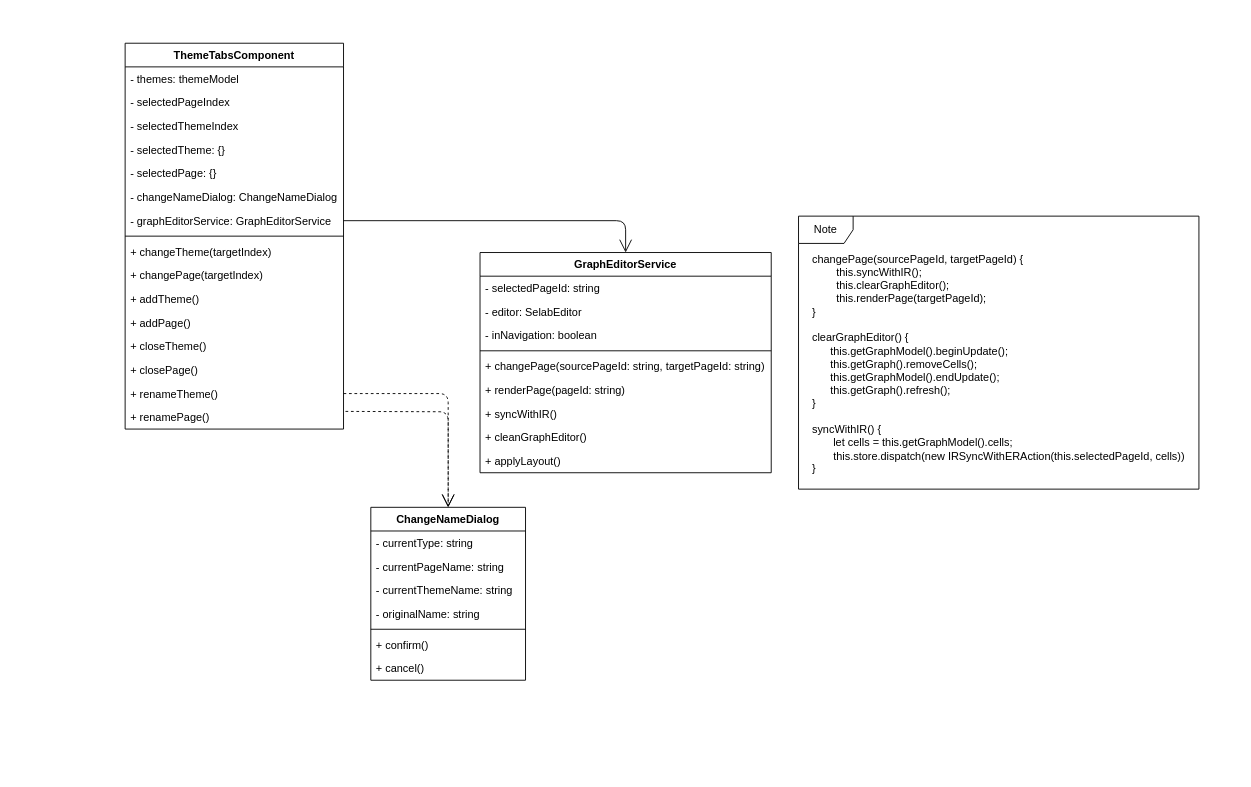
This is multiple-theme.drawio from MingHsuan0313/UI-Design-Client, a draw.io file, before an edit. Source tidied: cells renumbered, new cells numbered last; positions are measured from the earlier drawing's top-left corner, leaving out a move shared by most shapes. Both pictures are drawn from the tidied source at 91%, with x=0, y=0 at pixel (125, 43).
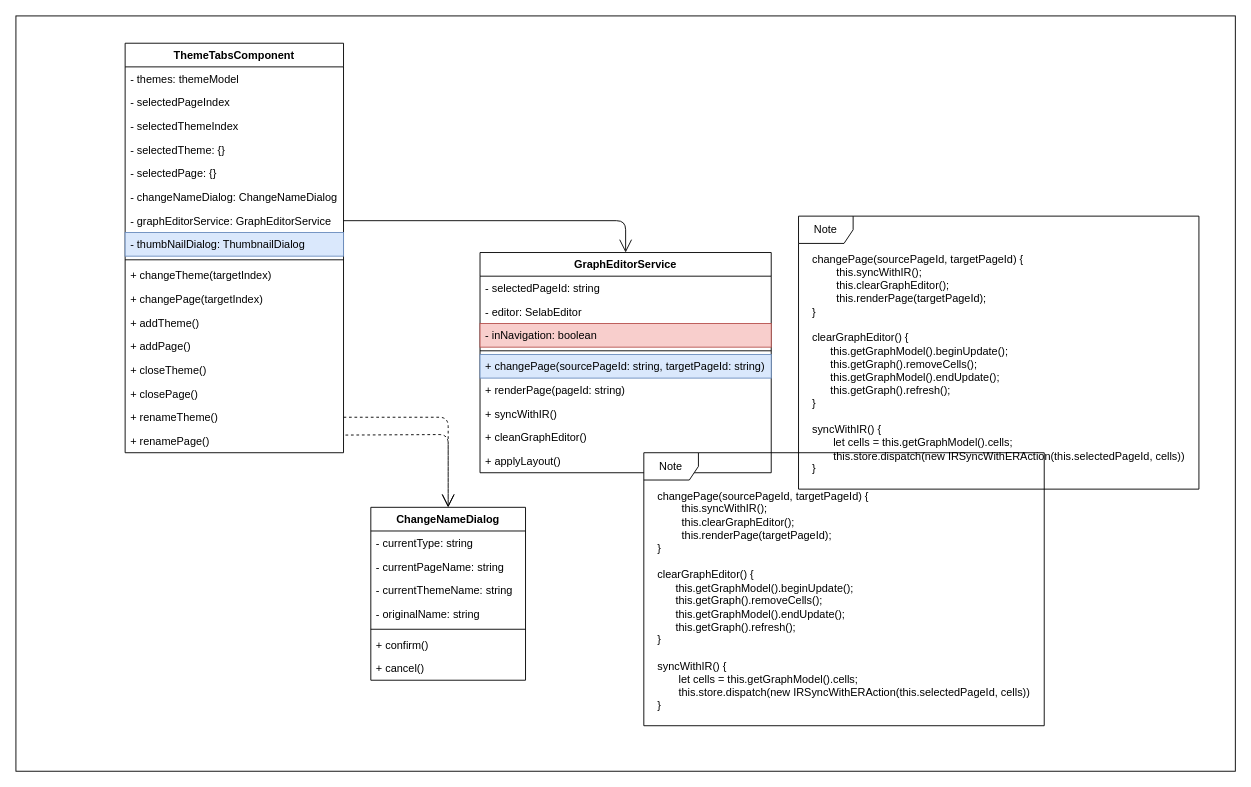
Above is the later version.

Unchanged cells that the change refers to:
```xml
<mxCell id="19" value="ChangeNameDialog" style="swimlane;fontStyle=1;align=center;verticalAlign=top;horizontal=1;startSize=26;" parent="1" vertex="1">
  <mxGeometry x="270" y="510" width="170" height="190" as="geometry" />
</mxCell>
<mxCell id="27" value="GraphEditorService" style="swimlane;fontStyle=1;align=center;verticalAlign=top;horizontal=1;startSize=26;" parent="1" vertex="1">
  <mxGeometry x="390" y="230" width="320" height="242" as="geometry" />
</mxCell>
```

Diff of the diagram source:
```diff
@@
+    <mxCell id="43" style="rounded=0;whiteSpace=wrap;html=1;" parent="1" vertex="1">
+      <mxGeometry x="-120" y="-30" width="1340" height="830" as="geometry" />
+    </mxCell>
     <mxCell id="2" value="ThemeTabsComponent" style="swimlane;fontStyle=1;align=center;verticalAlign=top;horizontal=1;startSize=26;" parent="1" vertex="1">
-      <mxGeometry width="240" height="424" as="geometry" />
+      <mxGeometry width="240" height="450" as="geometry" />
     </mxCell>
@@
+    <mxCell id="44" value="- thumbNailDialog: ThumbnailDialog" style="text;strokeColor=#6c8ebf;fillColor=#dae8fc;align=left;verticalAlign=top;spacingLeft=4;spacingRight=4;overflow=hidden;" parent="2" vertex="1">
+      <mxGeometry y="208" width="240" height="26" as="geometry" />
+    </mxCell>
     <mxCell id="10" style="line;strokeWidth=1;fillColor=none;align=left;verticalAlign=middle;spacingTop=-1;spacingLeft=3;spacingRight=3;labelPosition=right;" parent="2" vertex="1">
-      <mxGeometry y="208" width="240" height="8" as="geometry" />
+      <mxGeometry y="234" width="240" height="8" as="geometry" />
     </mxCell>
-    <mxCell id="11" value="+ changeTheme(targetIndex)" style="text;strokeColor=none;fillColor=none;align=left;verticalAlign=top;spacingLeft=4;spacingRight=4;overflow=hidden;" parent="2" vertex="1">
-      <mxGeometry y="216" width="240" height="26" as="geometry" />
+    <mxCell id="11" value="+ changeTheme(targetIndex)" style="text;align=left;verticalAlign=top;spacingLeft=4;spacingRight=4;overflow=hidden;" parent="2" vertex="1">
+      <mxGeometry y="242" width="240" height="26" as="geometry" />
     </mxCell>
     <mxCell id="12" value="+ changePage(targetIndex)" style="text;strokeColor=none;fillColor=none;align=left;verticalAlign=top;spacingLeft=4;spacingRight=4;overflow=hidden;" parent="2" vertex="1">
-      <mxGeometry y="242" width="240" height="26" as="geometry" />
+      <mxGeometry y="268" width="240" height="26" as="geometry" />
     </mxCell>
     <mxCell id="13" value="+ addTheme()" style="text;strokeColor=none;fillColor=none;align=left;verticalAlign=top;spacingLeft=4;spacingRight=4;overflow=hidden;" parent="2" vertex="1">
-      <mxGeometry y="268" width="240" height="26" as="geometry" />
+      <mxGeometry y="294" width="240" height="26" as="geometry" />
     </mxCell>
     <mxCell id="14" value="+ addPage()" style="text;strokeColor=none;fillColor=none;align=left;verticalAlign=top;spacingLeft=4;spacingRight=4;overflow=hidden;" parent="2" vertex="1">
-      <mxGeometry y="294" width="240" height="26" as="geometry" />
+      <mxGeometry y="320" width="240" height="26" as="geometry" />
     </mxCell>
     <mxCell id="15" value="+ closeTheme()" style="text;strokeColor=none;fillColor=none;align=left;verticalAlign=top;spacingLeft=4;spacingRight=4;overflow=hidden;" parent="2" vertex="1">
-      <mxGeometry y="320" width="240" height="26" as="geometry" />
+      <mxGeometry y="346" width="240" height="26" as="geometry" />
     </mxCell>
     <mxCell id="16" value="+ closePage()" style="text;strokeColor=none;fillColor=none;align=left;verticalAlign=top;spacingLeft=4;spacingRight=4;overflow=hidden;" parent="2" vertex="1">
-      <mxGeometry y="346" width="240" height="26" as="geometry" />
+      <mxGeometry y="372" width="240" height="26" as="geometry" />
     </mxCell>
     <mxCell id="17" value="+ renameTheme()" style="text;strokeColor=none;fillColor=none;align=left;verticalAlign=top;spacingLeft=4;spacingRight=4;overflow=hidden;points=[[0,0.5],[1,0.5]];portConstraint=eastwest;" parent="2" vertex="1">
-      <mxGeometry y="372" width="240" height="26" as="geometry" />
+      <mxGeometry y="398" width="240" height="26" as="geometry" />
     </mxCell>
     <mxCell id="18" value="+ renamePage()" style="text;strokeColor=none;fillColor=none;align=left;verticalAlign=top;spacingLeft=4;spacingRight=4;overflow=hidden;points=[[0,0.5],[1,0.5]];portConstraint=eastwest;" parent="2" vertex="1">
-      <mxGeometry y="398" width="240" height="26" as="geometry" />
+      <mxGeometry y="424" width="240" height="26" as="geometry" />
     </mxCell>
@@
-    <mxCell id="30" value="- inNavigation: boolean" style="text;strokeColor=none;fillColor=none;align=left;verticalAlign=top;spacingLeft=4;spacingRight=4;overflow=hidden;" parent="27" vertex="1">
+    <mxCell id="30" value="- inNavigation: boolean" style="text;strokeColor=#b85450;fillColor=#f8cecc;align=left;verticalAlign=top;spacingLeft=4;spacingRight=4;overflow=hidden;" parent="27" vertex="1">
       <mxGeometry y="78" width="320" height="26" as="geometry" />
     </mxCell>
@@
-    <mxCell id="32" value="+ changePage(sourcePageId: string, targetPageId: string)" style="text;strokeColor=none;fillColor=none;align=left;verticalAlign=top;spacingLeft=4;spacingRight=4;overflow=hidden;" parent="27" vertex="1">
+    <mxCell id="32" value="+ changePage(sourcePageId: string, targetPageId: string)" style="text;strokeColor=#6c8ebf;fillColor=#dae8fc;align=left;verticalAlign=top;spacingLeft=4;spacingRight=4;overflow=hidden;" parent="27" vertex="1">
       <mxGeometry y="112" width="320" height="26" as="geometry" />
     </mxCell>
@@
     <mxCell id="37" value="Use" style="endArrow=open;endSize=12;dashed=1;html=1;exitX=1;exitY=0.5;exitDx=0;exitDy=0;entryX=0.5;entryY=0;entryDx=0;entryDy=0;fontStyle=0;noLabel=1;fontColor=none;" parent="1" edge="1" source="17" target="19">
       <mxGeometry relative="1" as="geometry">
         <Array as="points">
-          <mxPoint x="355" y="385" />
+          <mxPoint x="355" y="411" />
         </Array>
       </mxGeometry>
     </mxCell>
     <mxCell id="38" value="Use" style="endArrow=open;endSize=12;dashed=1;html=1;exitX=1.009;exitY=0.254;exitDx=0;exitDy=0;entryX=0.5;entryY=0;entryDx=0;entryDy=0;fontStyle=0;noLabel=1;fontColor=none;exitPerimeter=0;" parent="1" edge="1" source="18" target="19">
       <mxGeometry relative="1" as="geometry">
         <Array as="points">
-          <mxPoint x="355" y="405" />
+          <mxPoint x="355" y="430" />
         </Array>
       </mxGeometry>
     </mxCell>
@@
     <mxCell id="40" style="group;" parent="1" vertex="1">
-      <mxGeometry x="740" y="190" width="440" height="300" as="geometry" />
+      <mxGeometry x="740" y="190" width="440" height="560" as="geometry" />
     </mxCell>
@@
+    <mxCell id="45" style="group;" parent="40" vertex="1">
+      <mxGeometry x="-170" y="260" width="440" height="300" as="geometry" />
+    </mxCell>
+    <mxCell id="46" value="Note" style="shape=umlFrame;whiteSpace=wrap;html=1;fillColor=#FFFFFF;fontColor=none;" parent="45" vertex="1">
+      <mxGeometry width="440" height="300" as="geometry" />
+    </mxCell>
+    <mxCell id="47" value="&lt;div style=&quot;text-align: left&quot;&gt;&lt;span&gt;changePage(sourcePageId, targetPageId) {&lt;/span&gt;&lt;/div&gt;&lt;div style=&quot;text-align: left&quot;&gt;&amp;nbsp; &amp;nbsp; &amp;nbsp; &amp;nbsp; this.syncWithIR();&lt;/div&gt;&lt;div style=&quot;text-align: left&quot;&gt;&amp;nbsp; &amp;nbsp; &amp;nbsp; &amp;nbsp; this.clearGraphEditor();&lt;/div&gt;&lt;div style=&quot;text-align: left&quot;&gt;&amp;nbsp; &amp;nbsp; &amp;nbsp; &amp;nbsp; this.renderPage(targetPageId);&lt;/div&gt;&lt;div style=&quot;text-align: left&quot;&gt;&lt;span&gt;}&lt;/span&gt;&lt;/div&gt;&lt;div style=&quot;text-align: left&quot;&gt;&lt;span&gt;&lt;br&gt;&lt;/span&gt;&lt;/div&gt;&lt;div style=&quot;text-align: left&quot;&gt;clearGraphEditor() {&lt;/div&gt;&lt;div style=&quot;text-align: left&quot;&gt;&amp;nbsp; &amp;nbsp; &amp;nbsp; this.getGraphModel().beginUpdate();&lt;/div&gt;&lt;div style=&quot;text-align: left&quot;&gt;&amp;nbsp; &amp;nbsp; &amp;nbsp; this.getGraph().removeCells();&lt;/div&gt;&lt;div style=&quot;text-align: left&quot;&gt;&amp;nbsp; &amp;nbsp; &amp;nbsp; this.getGraphModel().endUpdate();&lt;/div&gt;&lt;div style=&quot;text-align: left&quot;&gt;&amp;nbsp; &amp;nbsp; &amp;nbsp; this.getGraph().refresh();&lt;/div&gt;&lt;div style=&quot;text-align: left&quot;&gt;&lt;span&gt;}&lt;/span&gt;&lt;/div&gt;&lt;div style=&quot;text-align: left&quot;&gt;&lt;span&gt;&lt;br&gt;&lt;/span&gt;&lt;/div&gt;&lt;div style=&quot;text-align: left&quot;&gt;&lt;span&gt;syncWithIR() {&lt;/span&gt;&lt;/div&gt;&lt;div style=&quot;text-align: left&quot;&gt;&lt;span&gt;&amp;nbsp; &amp;nbsp; &amp;nbsp; &amp;nbsp;let cells = this.getGraphModel().cells;&lt;/span&gt;&lt;/div&gt;&lt;div style=&quot;text-align: left&quot;&gt;&lt;span&gt;&amp;nbsp; &amp;nbsp; &amp;nbsp; &amp;nbsp;this.store.dispatch(new IRSyncWithERAction(this.selectedPageId, cells))&lt;/span&gt;&lt;/div&gt;&lt;div style=&quot;text-align: left&quot;&gt;&lt;span&gt;}&lt;/span&gt;&lt;/div&gt;&lt;div style=&quot;text-align: left&quot;&gt;&lt;br&gt;&lt;/div&gt;" style="text;html=1;strokeColor=none;fillColor=none;align=center;verticalAlign=middle;whiteSpace=wrap;rounded=0;fontColor=none;" parent="45" vertex="1">
+      <mxGeometry x="10" y="50" width="420" height="240" as="geometry" />
+    </mxCell>
```
